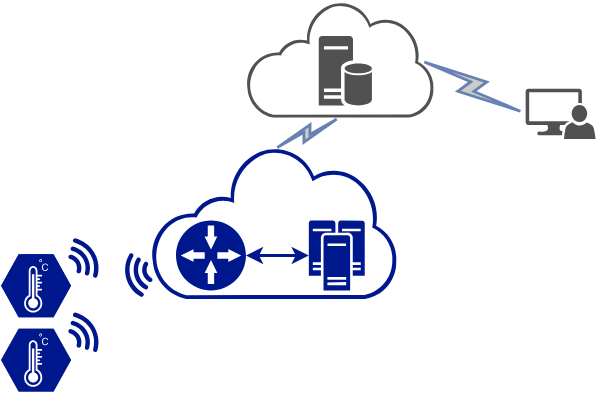
Before: paper/figures/mfog-arch-fisica.svg, a diagram exported from draw.io (luis-puhl/minas-flink). Source tidied: cells renumbered, new cells last; positions are measured from the earlier drawing's top-left corner, leaving out a move shared by most shapes. Its diagram source:
```xml
<mxGraphModel>
  <root>
    <mxCell id="0" />
    <mxCell id="1" parent="0" />
    <mxCell id="2" style="shadow=0;dashed=0;html=1;strokeColor=none;labelPosition=center;verticalLabelPosition=bottom;verticalAlign=top;align=center;shape=mxgraph.mscae.enterprise.internet_hollow;fillColor=#515151;" parent="1" vertex="1">
      <mxGeometry x="175.1" y="0.2" width="134.5" height="83.4" as="geometry" />
    </mxCell>
    <mxCell id="3" style="shadow=0;dashed=0;html=1;strokeColor=none;labelPosition=center;verticalLabelPosition=bottom;verticalAlign=top;align=center;fillColor=#00188D;shape=mxgraph.mscae.enterprise.gateway;" parent="1" vertex="1">
      <mxGeometry x="125.1" y="157.2" width="50" height="50" as="geometry" />
    </mxCell>
    <mxCell id="4" style="edgeStyle=orthogonalEdgeStyle;rounded=1;jettySize=auto;html=1;exitX=0;exitY=0.5;exitDx=0;exitDy=0;exitPerimeter=0;entryX=1;entryY=0.5;entryDx=0;entryDy=0;entryPerimeter=0;startArrow=classic;startFill=1;strokeWidth=2;strokeColor=#00188D;" parent="1" edge="1" source="5" target="3">
      <mxGeometry relative="1" as="geometry" />
    </mxCell>
    <mxCell id="5" style="shadow=0;dashed=0;html=1;strokeColor=none;labelPosition=center;verticalLabelPosition=bottom;verticalAlign=top;align=center;fillColor=#00188D;shape=mxgraph.mscae.enterprise.cluster_server;" parent="1" vertex="1">
      <mxGeometry x="220" y="157.2" width="40" height="50" as="geometry" />
    </mxCell>
    <mxCell id="6" style="shadow=0;dashed=0;html=1;strokeColor=none;labelPosition=center;verticalLabelPosition=bottom;verticalAlign=top;align=center;fillColor=#515151;shape=mxgraph.mscae.enterprise.database_server;" parent="1" vertex="1">
      <mxGeometry x="227.1" y="25.2" width="38" height="50" as="geometry" />
    </mxCell>
    <mxCell id="7" style="shadow=0;dashed=0;html=1;strokeColor=none;labelPosition=center;verticalLabelPosition=bottom;verticalAlign=top;align=center;fillColor=#515151;shape=mxgraph.mscae.system_center.admin_console;" parent="1" vertex="1">
      <mxGeometry x="375.1" y="62.9" width="50" height="36" as="geometry" />
    </mxCell>
    <mxCell id="8" style="html=1;outlineConnect=0;fillColor=#CCCCCC;strokeColor=#6881B3;gradientColor=none;gradientDirection=north;strokeWidth=2;shape=mxgraph.networks.comm_link_edge;html=1;entryX=0.5;entryY=1;entryDx=0;entryDy=0;entryPerimeter=0;exitX=0.5;exitY=0.02;exitDx=0;exitDy=0;exitPerimeter=0;" parent="1" edge="1" source="13" target="2">
      <mxGeometry relative="1" as="geometry" />
    </mxCell>
    <mxCell id="9" style="html=1;outlineConnect=0;fillColor=#CCCCCC;strokeColor=#6881B3;gradientColor=none;gradientDirection=north;strokeWidth=2;shape=mxgraph.networks.comm_link_edge;html=1;entryX=0.92;entryY=0.5;entryDx=0;entryDy=0;entryPerimeter=0;exitX=0;exitY=0.5;exitDx=0;exitDy=0;exitPerimeter=0;" parent="1" edge="1" source="7" target="2">
      <mxGeometry relative="1" as="geometry" />
    </mxCell>
    <mxCell id="10" style="verticalLabelPosition=bottom;html=1;strokeColor=#ffffff;verticalAlign=top;align=center;shape=mxgraph.cisco_safe.compositeIcon;bgIcon=mxgraph.cisco_safe.design.blank_device;resIcon=mxgraph.cisco_safe.design.sensor;fillColor=#00188D;" parent="1" vertex="1">
      <mxGeometry y="181.4" width="50" height="45" as="geometry" />
    </mxCell>
    <mxCell id="11" style="verticalLabelPosition=bottom;html=1;strokeColor=none;verticalAlign=top;align=center;shape=mxgraph.cisco_safe.iot_things_icons.icon32;fillColor=#00188D;direction=south;rotation=-30;" parent="1" vertex="1">
      <mxGeometry x="50" y="168.6" width="18" height="32.1" as="geometry" />
    </mxCell>
    <mxCell id="12" style="verticalLabelPosition=bottom;html=1;strokeColor=none;verticalAlign=top;align=center;shape=mxgraph.cisco_safe.iot_things_icons.icon32;fillColor=#00188D;rotation=-195;direction=south;" parent="1" vertex="1">
      <mxGeometry x="89" y="179.8" width="18" height="32.1" as="geometry" />
    </mxCell>
    <mxCell id="13" style="shadow=0;dashed=0;html=1;strokeColor=none;labelPosition=center;verticalLabelPosition=bottom;verticalAlign=top;align=center;shape=mxgraph.mscae.enterprise.internet_hollow;fillColor=#00188D;" parent="1" vertex="1">
      <mxGeometry x="107" y="104" width="176.2" height="109.2" as="geometry" />
    </mxCell>
    <mxCell id="14" style="verticalLabelPosition=bottom;html=1;strokeColor=#ffffff;verticalAlign=top;align=center;shape=mxgraph.cisco_safe.compositeIcon;bgIcon=mxgraph.cisco_safe.design.blank_device;resIcon=mxgraph.cisco_safe.design.sensor;fillColor=#00188D;" parent="1" vertex="1">
      <mxGeometry y="234.5" width="50" height="45" as="geometry" />
    </mxCell>
    <mxCell id="15" style="verticalLabelPosition=bottom;html=1;strokeColor=none;verticalAlign=top;align=center;shape=mxgraph.cisco_safe.iot_things_icons.icon32;fillColor=#00188D;direction=south;rotation=-30;" parent="1" vertex="1">
      <mxGeometry x="50" y="221.7" width="18" height="32.1" as="geometry" />
    </mxCell>
  </root>
</mxGraphModel>
```
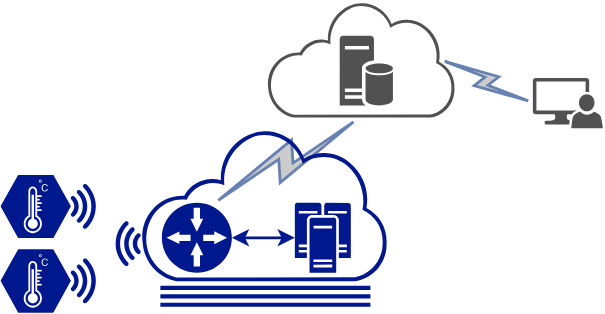
Above is the later version.

Diff of the diagram source:
```diff
@@ -3,7 +3,7 @@
     <mxCell id="0" />
     <mxCell id="1" parent="0" />
     <mxCell id="2" style="shadow=0;dashed=0;html=1;strokeColor=none;labelPosition=center;verticalLabelPosition=bottom;verticalAlign=top;align=center;shape=mxgraph.mscae.enterprise.internet_hollow;fillColor=#515151;" parent="1" vertex="1">
-      <mxGeometry x="175.1" y="0.2" width="134.5" height="83.4" as="geometry" />
+      <mxGeometry x="200" y="13" width="134.5" height="83.4" as="geometry" />
     </mxCell>
     <mxCell id="3" style="shadow=0;dashed=0;html=1;strokeColor=none;labelPosition=center;verticalLabelPosition=bottom;verticalAlign=top;align=center;fillColor=#00188D;shape=mxgraph.mscae.enterprise.gateway;" parent="1" vertex="1">
       <mxGeometry x="125.1" y="157.2" width="50" height="50" as="geometry" />
@@ -15,34 +15,52 @@
       <mxGeometry x="220" y="157.2" width="40" height="50" as="geometry" />
     </mxCell>
     <mxCell id="6" style="shadow=0;dashed=0;html=1;strokeColor=none;labelPosition=center;verticalLabelPosition=bottom;verticalAlign=top;align=center;fillColor=#515151;shape=mxgraph.mscae.enterprise.database_server;" parent="1" vertex="1">
-      <mxGeometry x="227.1" y="25.2" width="38" height="50" as="geometry" />
+      <mxGeometry x="252.1" y="38" width="38" height="50" as="geometry" />
     </mxCell>
     <mxCell id="7" style="shadow=0;dashed=0;html=1;strokeColor=none;labelPosition=center;verticalLabelPosition=bottom;verticalAlign=top;align=center;fillColor=#515151;shape=mxgraph.mscae.system_center.admin_console;" parent="1" vertex="1">
-      <mxGeometry x="375.1" y="62.9" width="50" height="36" as="geometry" />
+      <mxGeometry x="390" y="68" width="50" height="36" as="geometry" />
     </mxCell>
-    <mxCell id="8" style="html=1;outlineConnect=0;fillColor=#CCCCCC;strokeColor=#6881B3;gradientColor=none;gradientDirection=north;strokeWidth=2;shape=mxgraph.networks.comm_link_edge;html=1;entryX=0.5;entryY=1;entryDx=0;entryDy=0;entryPerimeter=0;exitX=0.5;exitY=0.02;exitDx=0;exitDy=0;exitPerimeter=0;" parent="1" edge="1" source="13" target="2">
+    <mxCell id="8" style="html=1;outlineConnect=0;fillColor=#CCCCCC;strokeColor=#6881B3;gradientColor=none;gradientDirection=north;strokeWidth=2;shape=mxgraph.networks.comm_link_edge;html=1;entryX=0.5;entryY=1;entryDx=0;entryDy=0;entryPerimeter=0;exitX=0.284;exitY=0.5;exitDx=0;exitDy=0;exitPerimeter=0;" parent="1" edge="1" source="13" target="2">
       <mxGeometry relative="1" as="geometry" />
     </mxCell>
     <mxCell id="9" style="html=1;outlineConnect=0;fillColor=#CCCCCC;strokeColor=#6881B3;gradientColor=none;gradientDirection=north;strokeWidth=2;shape=mxgraph.networks.comm_link_edge;html=1;entryX=0.92;entryY=0.5;entryDx=0;entryDy=0;entryPerimeter=0;exitX=0;exitY=0.5;exitDx=0;exitDy=0;exitPerimeter=0;" parent="1" edge="1" source="7" target="2">
       <mxGeometry relative="1" as="geometry" />
     </mxCell>
     <mxCell id="10" style="verticalLabelPosition=bottom;html=1;strokeColor=#ffffff;verticalAlign=top;align=center;shape=mxgraph.cisco_safe.compositeIcon;bgIcon=mxgraph.cisco_safe.design.blank_device;resIcon=mxgraph.cisco_safe.design.sensor;fillColor=#00188D;" parent="1" vertex="1">
-      <mxGeometry y="181.4" width="50" height="45" as="geometry" />
+      <mxGeometry x="10" y="137.3" width="50" height="45" as="geometry" />
     </mxCell>
-    <mxCell id="11" style="verticalLabelPosition=bottom;html=1;strokeColor=none;verticalAlign=top;align=center;shape=mxgraph.cisco_safe.iot_things_icons.icon32;fillColor=#00188D;direction=south;rotation=-30;" parent="1" vertex="1">
-      <mxGeometry x="50" y="168.6" width="18" height="32.1" as="geometry" />
+    <mxCell id="11" style="verticalLabelPosition=bottom;html=1;strokeColor=none;verticalAlign=top;align=center;shape=mxgraph.cisco_safe.iot_things_icons.icon32;fillColor=#00188D;direction=west;rotation=-90;" parent="1" vertex="1">
+      <mxGeometry x="52.9" y="150.8" width="32.1" height="18" as="geometry" />
     </mxCell>
-    <mxCell id="12" style="verticalLabelPosition=bottom;html=1;strokeColor=none;verticalAlign=top;align=center;shape=mxgraph.cisco_safe.iot_things_icons.icon32;fillColor=#00188D;rotation=-195;direction=south;" parent="1" vertex="1">
-      <mxGeometry x="89" y="179.8" width="18" height="32.1" as="geometry" />
+    <mxCell id="12" style="verticalLabelPosition=bottom;html=1;strokeColor=none;verticalAlign=top;align=center;shape=mxgraph.cisco_safe.iot_things_icons.icon32;fillColor=#00188D;rotation=-180;direction=south;" parent="1" vertex="1">
+      <mxGeometry x="92" y="170.3" width="18" height="32.1" as="geometry" />
     </mxCell>
-    <mxCell id="13" style="shadow=0;dashed=0;html=1;strokeColor=none;labelPosition=center;verticalLabelPosition=bottom;verticalAlign=top;align=center;shape=mxgraph.mscae.enterprise.internet_hollow;fillColor=#00188D;" parent="1" vertex="1">
-      <mxGeometry x="107" y="104" width="176.2" height="109.2" as="geometry" />
+    <mxCell id="13" style="shadow=0;dashed=0;html=1;strokeColor=none;labelPosition=center;verticalLabelPosition=bottom;verticalAlign=top;align=center;shape=mxgraph.mscae.enterprise.internet_hollow;overflow=hidden;fillColor=#00188D;" parent="1" vertex="1">
+      <mxGeometry x="110" y="104" width="176.2" height="109.2" as="geometry" />
     </mxCell>
-    <mxCell id="14" style="verticalLabelPosition=bottom;html=1;strokeColor=#ffffff;verticalAlign=top;align=center;shape=mxgraph.cisco_safe.compositeIcon;bgIcon=mxgraph.cisco_safe.design.blank_device;resIcon=mxgraph.cisco_safe.design.sensor;fillColor=#00188D;" parent="1" vertex="1">
-      <mxGeometry y="234.5" width="50" height="45" as="geometry" />
+    <mxCell id="14" style="endArrow=none;html=1;fontColor=#00188D;strokeWidth=3;strokeColor=#00188D;" parent="1" edge="1">
+      <mxGeometry relative="1" as="geometry">
+        <mxPoint x="124" y="218" as="sourcePoint" />
+        <mxPoint x="274" y="218" as="targetPoint" />
+      </mxGeometry>
     </mxCell>
-    <mxCell id="15" style="verticalLabelPosition=bottom;html=1;strokeColor=none;verticalAlign=top;align=center;shape=mxgraph.cisco_safe.iot_things_icons.icon32;fillColor=#00188D;direction=south;rotation=-30;" parent="1" vertex="1">
-      <mxGeometry x="50" y="221.7" width="18" height="32.1" as="geometry" />
+    <mxCell id="15" style="endArrow=none;html=1;fontColor=#00188D;strokeWidth=3;strokeColor=#00188D;" parent="1" edge="1">
+      <mxGeometry relative="1" as="geometry">
+        <mxPoint x="124" y="224" as="sourcePoint" />
+        <mxPoint x="274" y="224" as="targetPoint" />
+      </mxGeometry>
     </mxCell>
+    <mxCell id="16" style="endArrow=none;html=1;fontColor=#00188D;strokeWidth=3;strokeColor=#00188D;" parent="1" edge="1">
+      <mxGeometry relative="1" as="geometry">
+        <mxPoint x="124" y="230" as="sourcePoint" />
+        <mxPoint x="274" y="230" as="targetPoint" />
+      </mxGeometry>
+    </mxCell>
+    <mxCell id="17" style="verticalLabelPosition=bottom;html=1;strokeColor=#ffffff;verticalAlign=top;align=center;shape=mxgraph.cisco_safe.compositeIcon;bgIcon=mxgraph.cisco_safe.design.blank_device;resIcon=mxgraph.cisco_safe.design.sensor;fillColor=#00188D;" parent="1" vertex="1">
+      <mxGeometry x="10" y="190.5" width="50" height="45" as="geometry" />
+    </mxCell>
+    <mxCell id="18" style="verticalLabelPosition=bottom;html=1;strokeColor=none;verticalAlign=top;align=center;shape=mxgraph.cisco_safe.iot_things_icons.icon32;fillColor=#00188D;direction=west;rotation=-90;" parent="1" vertex="1">
+      <mxGeometry x="52.9" y="204" width="32.1" height="18" as="geometry" />
+    </mxCell>
   </root>
 </mxGraphModel>
```
